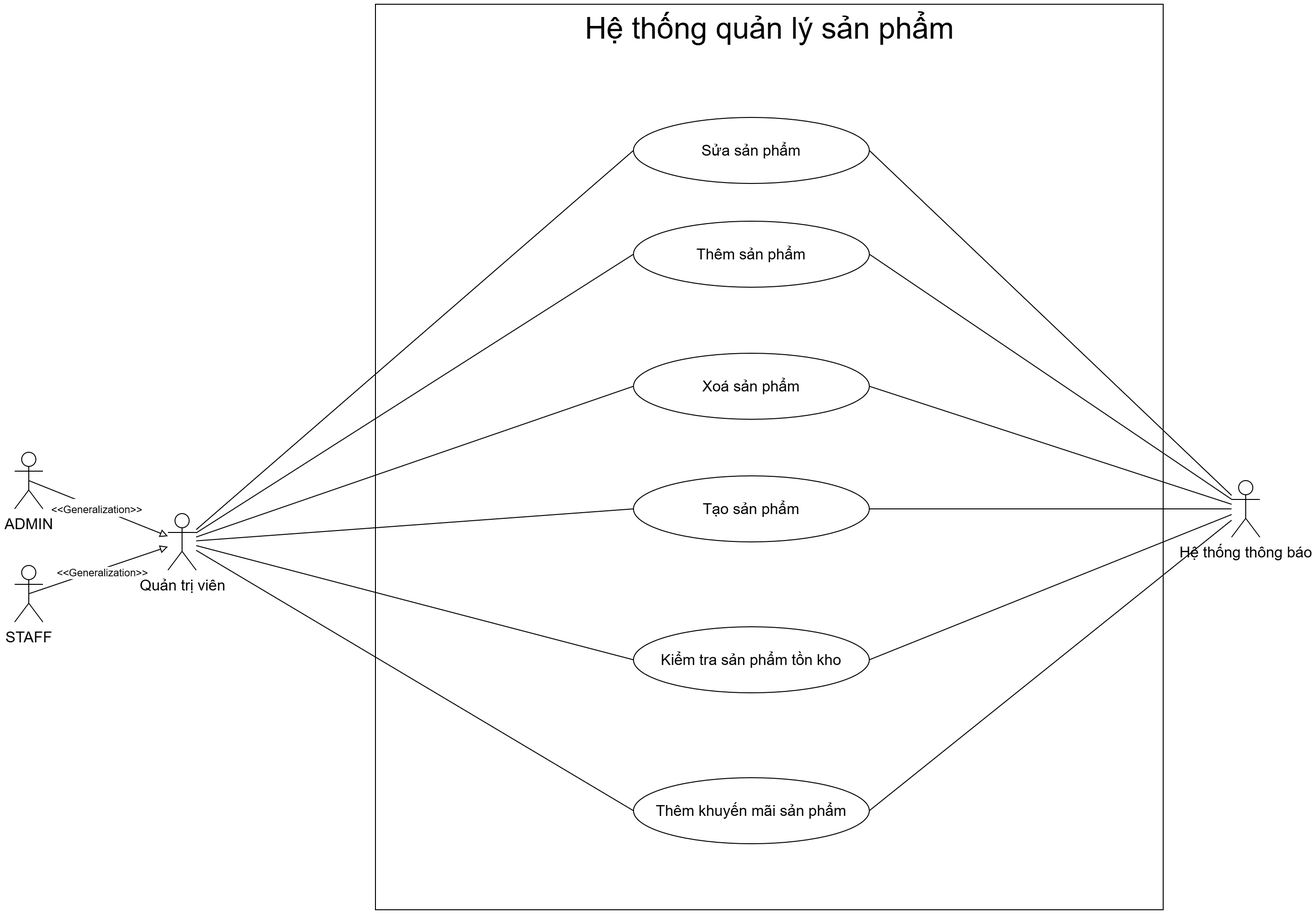
The draw.io diagram usecase/UseCase_ManageProduct.png in hungtran3011/SAD-uml, before a commit. Source tidied: cells renumbered, new cells last; positions are measured from the earlier drawing's top-left corner, leaving out a move shared by most shapes. The source it was exported from:
```xml
<mxGraphModel>
  <root>
    <mxCell id="0" />
    <mxCell id="1" parent="0" />
    <mxCell id="2" value="&lt;span style=&quot;font-size: 32px;&quot;&gt;Hệ thống quản lý sản phẩm&lt;/span&gt;" style="rounded=0;whiteSpace=wrap;html=1;verticalAlign=top;fontSize=16;" parent="1" vertex="1">
      <mxGeometry x="382.5" width="835" height="960" as="geometry" />
    </mxCell>
    <mxCell id="3" style="edgeStyle=none;rounded=0;jettySize=auto;html=1;entryX=0;entryY=0.5;entryDx=0;entryDy=0;endArrow=none;startFill=0;" parent="1" edge="1" source="9" target="16">
      <mxGeometry relative="1" as="geometry" />
    </mxCell>
    <mxCell id="4" style="edgeStyle=none;rounded=0;jettySize=auto;html=1;entryX=0;entryY=0.5;entryDx=0;entryDy=0;endArrow=none;startFill=0;" parent="1" edge="1" source="9" target="17">
      <mxGeometry relative="1" as="geometry" />
    </mxCell>
    <mxCell id="5" style="edgeStyle=none;rounded=0;jettySize=auto;html=1;entryX=0;entryY=0.5;entryDx=0;entryDy=0;endArrow=none;startFill=0;" parent="1" edge="1" source="9" target="18">
      <mxGeometry relative="1" as="geometry" />
    </mxCell>
    <mxCell id="6" style="edgeStyle=none;rounded=0;jettySize=auto;html=1;entryX=0;entryY=0.5;entryDx=0;entryDy=0;endArrow=none;startFill=0;" parent="1" edge="1" source="9" target="19">
      <mxGeometry relative="1" as="geometry" />
    </mxCell>
    <mxCell id="7" style="rounded=0;jettySize=auto;html=1;entryX=0;entryY=0.5;entryDx=0;entryDy=0;endArrow=none;startFill=0;" parent="1" edge="1" source="9" target="27">
      <mxGeometry relative="1" as="geometry" />
    </mxCell>
    <mxCell id="8" style="edgeStyle=none;rounded=0;jettySize=auto;html=1;entryX=0;entryY=0.5;entryDx=0;entryDy=0;endArrow=none;startFill=0;" parent="1" edge="1" source="9" target="28">
      <mxGeometry relative="1" as="geometry" />
    </mxCell>
    <mxCell id="9" value="Quản trị viên" style="shape=umlActor;verticalLabelPosition=bottom;verticalAlign=top;html=1;outlineConnect=0;fontSize=16;" parent="1" vertex="1">
      <mxGeometry x="162.5" y="540" width="30" height="60" as="geometry" />
    </mxCell>
    <mxCell id="10" style="edgeStyle=none;rounded=0;jettySize=auto;html=1;endArrow=block;endFill=0;exitX=0.5;exitY=0.5;exitDx=0;exitDy=0;exitPerimeter=0;fontSize=16;" parent="1" edge="1" source="14" target="9">
      <mxGeometry relative="1" as="geometry" />
    </mxCell>
    <mxCell id="11" value="&lt;font style=&quot;font-size: 11px;&quot;&gt;&amp;lt;&amp;lt;Generalization&amp;gt;&amp;gt;&lt;/font&gt;" style="edgeLabel;html=1;align=center;verticalAlign=middle;fontSize=16;" parent="10" vertex="1">
      <mxGeometry x="-0.05" relative="1" as="geometry">
        <mxPoint x="1" as="offset" />
      </mxGeometry>
    </mxCell>
    <mxCell id="12" style="edgeStyle=none;rounded=0;jettySize=auto;html=1;endArrow=block;endFill=0;exitX=0.5;exitY=0.5;exitDx=0;exitDy=0;exitPerimeter=0;fontSize=16;" parent="1" edge="1" source="15" target="9">
      <mxGeometry relative="1" as="geometry" />
    </mxCell>
    <mxCell id="13" value="&amp;lt;&amp;lt;Generalization&amp;gt;&amp;gt;" style="edgeLabel;html=1;align=center;verticalAlign=middle;fontSize=11;" parent="12" vertex="1">
      <mxGeometry x="0.02" relative="1" as="geometry">
        <mxPoint x="1" y="3" as="offset" />
      </mxGeometry>
    </mxCell>
    <mxCell id="14" value="ADMIN" style="shape=umlActor;verticalLabelPosition=bottom;verticalAlign=top;html=1;fontSize=16;" parent="1" vertex="1">
      <mxGeometry y="475" width="30" height="60" as="geometry" />
    </mxCell>
    <mxCell id="15" value="STAFF" style="shape=umlActor;verticalLabelPosition=bottom;verticalAlign=top;html=1;fontSize=16;" parent="1" vertex="1">
      <mxGeometry y="595" width="30" height="60" as="geometry" />
    </mxCell>
    <mxCell id="16" value="&lt;font style=&quot;font-size: 16px;&quot;&gt;Thêm sản phẩm&lt;/font&gt;" style="ellipse;whiteSpace=wrap;html=1;" parent="1" vertex="1">
      <mxGeometry x="656" y="230" width="250" height="70" as="geometry" />
    </mxCell>
    <mxCell id="17" value="&lt;font style=&quot;font-size: 16px;&quot;&gt;Xoá sản phẩm&lt;/font&gt;" style="ellipse;whiteSpace=wrap;html=1;" parent="1" vertex="1">
      <mxGeometry x="656" y="370" width="250" height="70" as="geometry" />
    </mxCell>
    <mxCell id="18" value="&lt;font style=&quot;font-size: 16px;&quot;&gt;Tạo sản phẩm&lt;/font&gt;" style="ellipse;whiteSpace=wrap;html=1;" parent="1" vertex="1">
      <mxGeometry x="656" y="500" width="250" height="70" as="geometry" />
    </mxCell>
    <mxCell id="19" value="&lt;font style=&quot;font-size: 16px;&quot;&gt;Thêm khuyến mãi sản phẩm&lt;/font&gt;" style="ellipse;whiteSpace=wrap;html=1;" parent="1" vertex="1">
      <mxGeometry x="656" y="820" width="250" height="70" as="geometry" />
    </mxCell>
    <mxCell id="20" style="edgeStyle=none;rounded=0;jettySize=auto;html=1;entryX=1;entryY=0.5;entryDx=0;entryDy=0;endArrow=none;startFill=0;" parent="1" edge="1" source="26" target="16">
      <mxGeometry relative="1" as="geometry" />
    </mxCell>
    <mxCell id="21" style="edgeStyle=none;rounded=0;jettySize=auto;html=1;entryX=1;entryY=0.5;entryDx=0;entryDy=0;endArrow=none;startFill=0;" parent="1" edge="1" source="26" target="17">
      <mxGeometry relative="1" as="geometry" />
    </mxCell>
    <mxCell id="22" style="edgeStyle=none;rounded=0;jettySize=auto;html=1;entryX=1;entryY=0.5;entryDx=0;entryDy=0;endArrow=none;startFill=0;" parent="1" edge="1" source="26" target="18">
      <mxGeometry relative="1" as="geometry" />
    </mxCell>
    <mxCell id="23" style="edgeStyle=none;rounded=0;jettySize=auto;html=1;entryX=1;entryY=0.5;entryDx=0;entryDy=0;endArrow=none;startFill=0;" parent="1" edge="1" source="26" target="27">
      <mxGeometry relative="1" as="geometry" />
    </mxCell>
    <mxCell id="24" style="edgeStyle=none;rounded=0;jettySize=auto;html=1;entryX=1;entryY=0.5;entryDx=0;entryDy=0;endArrow=none;startFill=0;" parent="1" edge="1" source="26" target="19">
      <mxGeometry relative="1" as="geometry" />
    </mxCell>
    <mxCell id="25" style="edgeStyle=none;rounded=0;jettySize=auto;html=1;entryX=1;entryY=0.5;entryDx=0;entryDy=0;endArrow=none;startFill=0;" parent="1" edge="1" source="26" target="28">
      <mxGeometry relative="1" as="geometry" />
    </mxCell>
    <mxCell id="26" value="Hệ thống thông báo" style="shape=umlActor;verticalLabelPosition=bottom;verticalAlign=top;html=1;outlineConnect=0;fontSize=16;" parent="1" vertex="1">
      <mxGeometry x="1290" y="505" width="30" height="60" as="geometry" />
    </mxCell>
    <mxCell id="27" value="&lt;font style=&quot;font-size: 16px;&quot;&gt;Kiểm tra sản phẩm tồn kho&lt;/font&gt;" style="ellipse;whiteSpace=wrap;html=1;" parent="1" vertex="1">
      <mxGeometry x="656" y="660" width="250" height="70" as="geometry" />
    </mxCell>
    <mxCell id="28" value="&lt;font style=&quot;font-size: 16px;&quot;&gt;Sửa sản phẩm&lt;/font&gt;" style="ellipse;whiteSpace=wrap;html=1;" parent="1" vertex="1">
      <mxGeometry x="656" y="120" width="250" height="70" as="geometry" />
    </mxCell>
  </root>
</mxGraphModel>
```
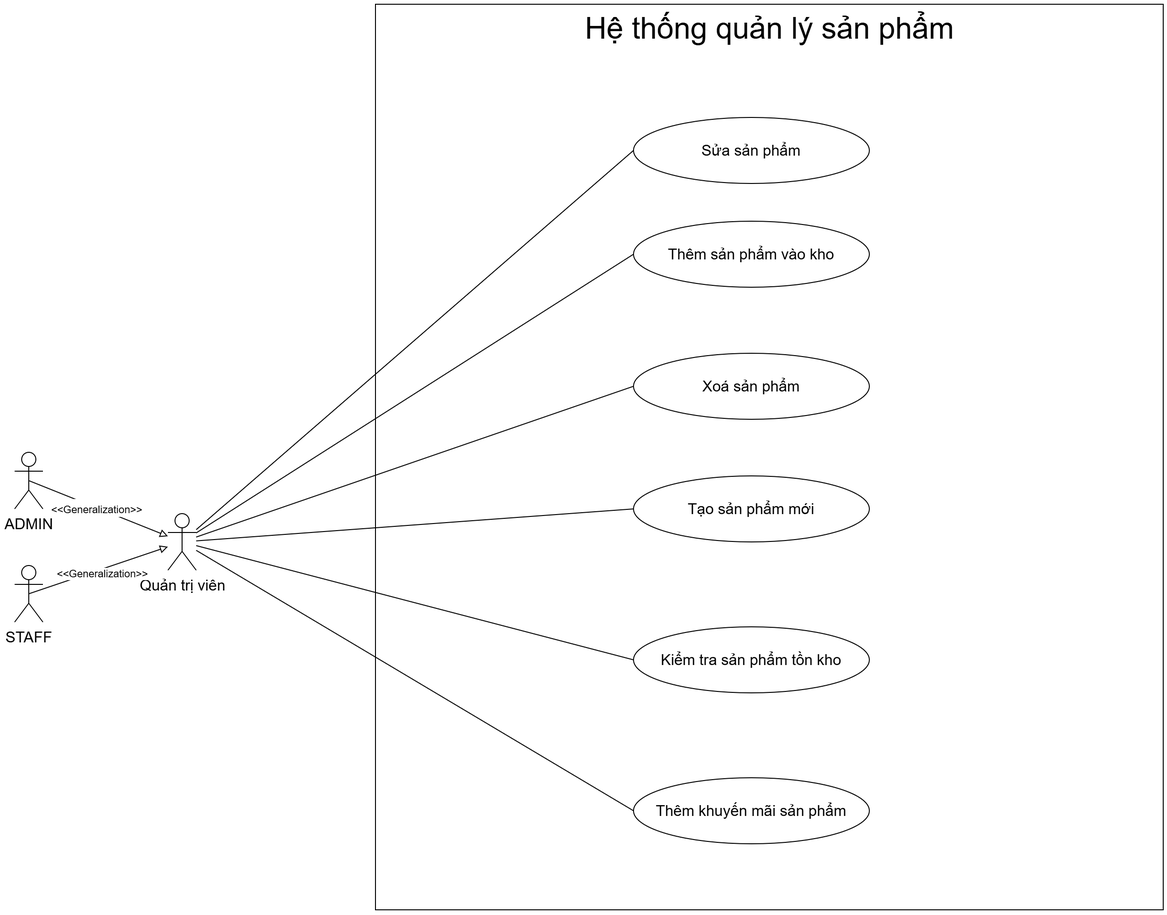
After the commit.

The edit, as a diff of the source:
```diff
@@ -17,10 +17,10 @@
     <mxCell id="6" style="edgeStyle=none;rounded=0;jettySize=auto;html=1;entryX=0;entryY=0.5;entryDx=0;entryDy=0;endArrow=none;startFill=0;" parent="1" edge="1" source="9" target="19">
       <mxGeometry relative="1" as="geometry" />
     </mxCell>
-    <mxCell id="7" style="rounded=0;jettySize=auto;html=1;entryX=0;entryY=0.5;entryDx=0;entryDy=0;endArrow=none;startFill=0;" parent="1" edge="1" source="9" target="27">
+    <mxCell id="7" style="rounded=0;jettySize=auto;html=1;entryX=0;entryY=0.5;entryDx=0;entryDy=0;endArrow=none;startFill=0;" parent="1" edge="1" source="9" target="20">
       <mxGeometry relative="1" as="geometry" />
     </mxCell>
-    <mxCell id="8" style="edgeStyle=none;rounded=0;jettySize=auto;html=1;entryX=0;entryY=0.5;entryDx=0;entryDy=0;endArrow=none;startFill=0;" parent="1" edge="1" source="9" target="28">
+    <mxCell id="8" style="edgeStyle=none;rounded=0;jettySize=auto;html=1;entryX=0;entryY=0.5;entryDx=0;entryDy=0;endArrow=none;startFill=0;" parent="1" edge="1" source="9" target="21">
       <mxGeometry relative="1" as="geometry" />
     </mxCell>
     <mxCell id="9" value="Quản trị viên" style="shape=umlActor;verticalLabelPosition=bottom;verticalAlign=top;html=1;outlineConnect=0;fontSize=16;" parent="1" vertex="1">
@@ -48,44 +48,23 @@
     <mxCell id="15" value="STAFF" style="shape=umlActor;verticalLabelPosition=bottom;verticalAlign=top;html=1;fontSize=16;" parent="1" vertex="1">
       <mxGeometry y="595" width="30" height="60" as="geometry" />
     </mxCell>
-    <mxCell id="16" value="&lt;font style=&quot;font-size: 16px;&quot;&gt;Thêm sản phẩm&lt;/font&gt;" style="ellipse;whiteSpace=wrap;html=1;" parent="1" vertex="1">
+    <mxCell id="16" value="&lt;font style=&quot;font-size: 16px;&quot;&gt;Thêm sản phẩm vào kho&lt;/font&gt;" style="ellipse;whiteSpace=wrap;html=1;" parent="1" vertex="1">
       <mxGeometry x="656" y="230" width="250" height="70" as="geometry" />
     </mxCell>
     <mxCell id="17" value="&lt;font style=&quot;font-size: 16px;&quot;&gt;Xoá sản phẩm&lt;/font&gt;" style="ellipse;whiteSpace=wrap;html=1;" parent="1" vertex="1">
       <mxGeometry x="656" y="370" width="250" height="70" as="geometry" />
     </mxCell>
-    <mxCell id="18" value="&lt;font style=&quot;font-size: 16px;&quot;&gt;Tạo sản phẩm&lt;/font&gt;" style="ellipse;whiteSpace=wrap;html=1;" parent="1" vertex="1">
+    <mxCell id="18" value="&lt;font style=&quot;font-size: 16px;&quot;&gt;Tạo sản phẩm mới&lt;/font&gt;" style="ellipse;whiteSpace=wrap;html=1;" parent="1" vertex="1">
       <mxGeometry x="656" y="500" width="250" height="70" as="geometry" />
     </mxCell>
     <mxCell id="19" value="&lt;font style=&quot;font-size: 16px;&quot;&gt;Thêm khuyến mãi sản phẩm&lt;/font&gt;" style="ellipse;whiteSpace=wrap;html=1;" parent="1" vertex="1">
       <mxGeometry x="656" y="820" width="250" height="70" as="geometry" />
     </mxCell>
-    <mxCell id="20" style="edgeStyle=none;rounded=0;jettySize=auto;html=1;entryX=1;entryY=0.5;entryDx=0;entryDy=0;endArrow=none;startFill=0;" parent="1" edge="1" source="26" target="16">
-      <mxGeometry relative="1" as="geometry" />
+    <mxCell id="20" value="&lt;font style=&quot;font-size: 16px;&quot;&gt;Kiểm tra sản phẩm tồn kho&lt;/font&gt;" style="ellipse;whiteSpace=wrap;html=1;" parent="1" vertex="1">
+      <mxGeometry x="656" y="660" width="250" height="70" as="geometry" />
     </mxCell>
-    <mxCell id="21" style="edgeStyle=none;rounded=0;jettySize=auto;html=1;entryX=1;entryY=0.5;entryDx=0;entryDy=0;endArrow=none;startFill=0;" parent="1" edge="1" source="26" target="17">
-      <mxGeometry relative="1" as="geometry" />
+    <mxCell id="21" value="&lt;font style=&quot;font-size: 16px;&quot;&gt;Sửa sản phẩm&lt;/font&gt;" style="ellipse;whiteSpace=wrap;html=1;" parent="1" vertex="1">
+      <mxGeometry x="656" y="120" width="250" height="70" as="geometry" />
     </mxCell>
-    <mxCell id="22" style="edgeStyle=none;rounded=0;jettySize=auto;html=1;entryX=1;entryY=0.5;entryDx=0;entryDy=0;endArrow=none;startFill=0;" parent="1" edge="1" source="26" target="18">
-      <mxGeometry relative="1" as="geometry" />
-    </mxCell>
-    <mxCell id="23" style="edgeStyle=none;rounded=0;jettySize=auto;html=1;entryX=1;entryY=0.5;entryDx=0;entryDy=0;endArrow=none;startFill=0;" parent="1" edge="1" source="26" target="27">
-      <mxGeometry relative="1" as="geometry" />
-    </mxCell>
-    <mxCell id="24" style="edgeStyle=none;rounded=0;jettySize=auto;html=1;entryX=1;entryY=0.5;entryDx=0;entryDy=0;endArrow=none;startFill=0;" parent="1" edge="1" source="26" target="19">
-      <mxGeometry relative="1" as="geometry" />
-    </mxCell>
-    <mxCell id="25" style="edgeStyle=none;rounded=0;jettySize=auto;html=1;entryX=1;entryY=0.5;entryDx=0;entryDy=0;endArrow=none;startFill=0;" parent="1" edge="1" source="26" target="28">
-      <mxGeometry relative="1" as="geometry" />
-    </mxCell>
-    <mxCell id="26" value="Hệ thống thông báo" style="shape=umlActor;verticalLabelPosition=bottom;verticalAlign=top;html=1;outlineConnect=0;fontSize=16;" parent="1" vertex="1">
-      <mxGeometry x="1290" y="505" width="30" height="60" as="geometry" />
-    </mxCell>
-    <mxCell id="27" value="&lt;font style=&quot;font-size: 16px;&quot;&gt;Kiểm tra sản phẩm tồn kho&lt;/font&gt;" style="ellipse;whiteSpace=wrap;html=1;" parent="1" vertex="1">
-      <mxGeometry x="656" y="660" width="250" height="70" as="geometry" />
-    </mxCell>
-    <mxCell id="28" value="&lt;font style=&quot;font-size: 16px;&quot;&gt;Sửa sản phẩm&lt;/font&gt;" style="ellipse;whiteSpace=wrap;html=1;" parent="1" vertex="1">
-      <mxGeometry x="656" y="120" width="250" height="70" as="geometry" />
-    </mxCell>
   </root>
 </mxGraphModel>
```
